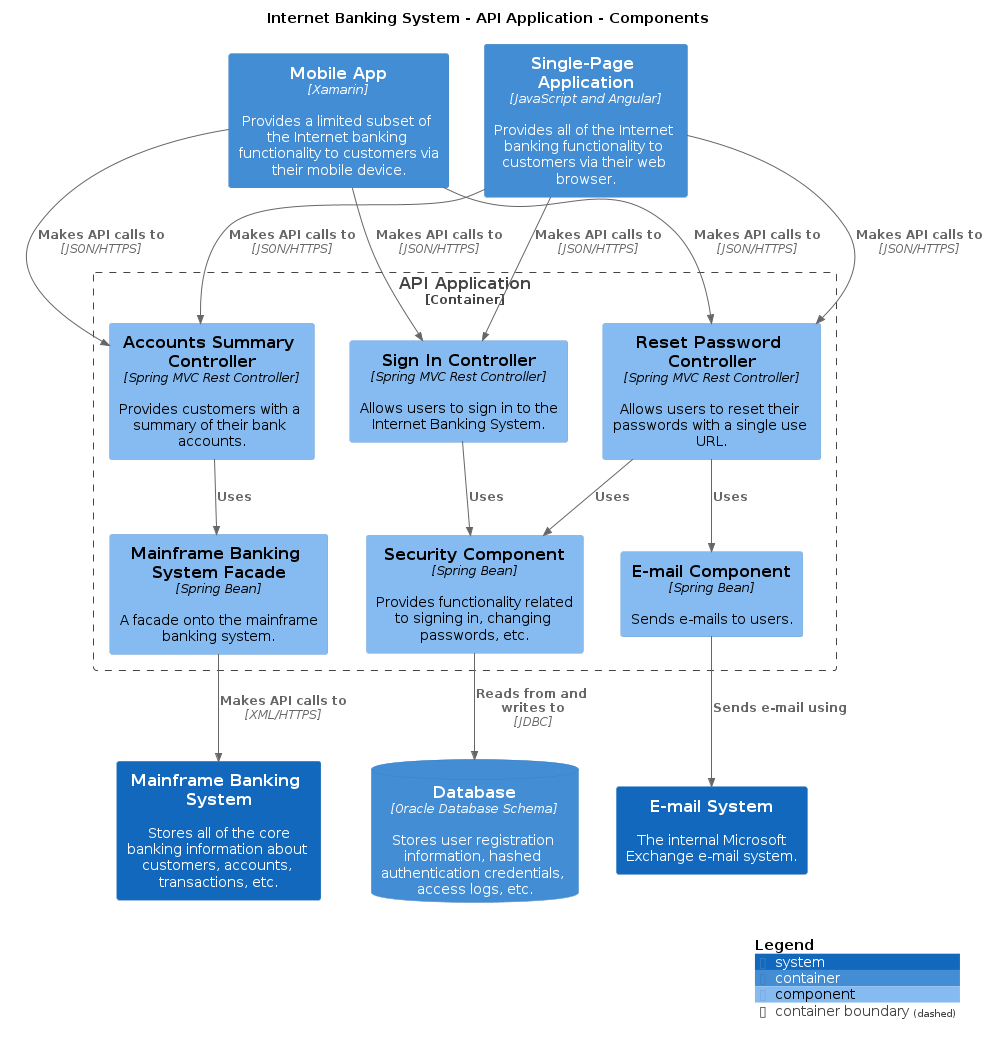
Earlier version of the PlantUML export main/png/Components.png (avisi-cloud/structurizr-site-generatr).
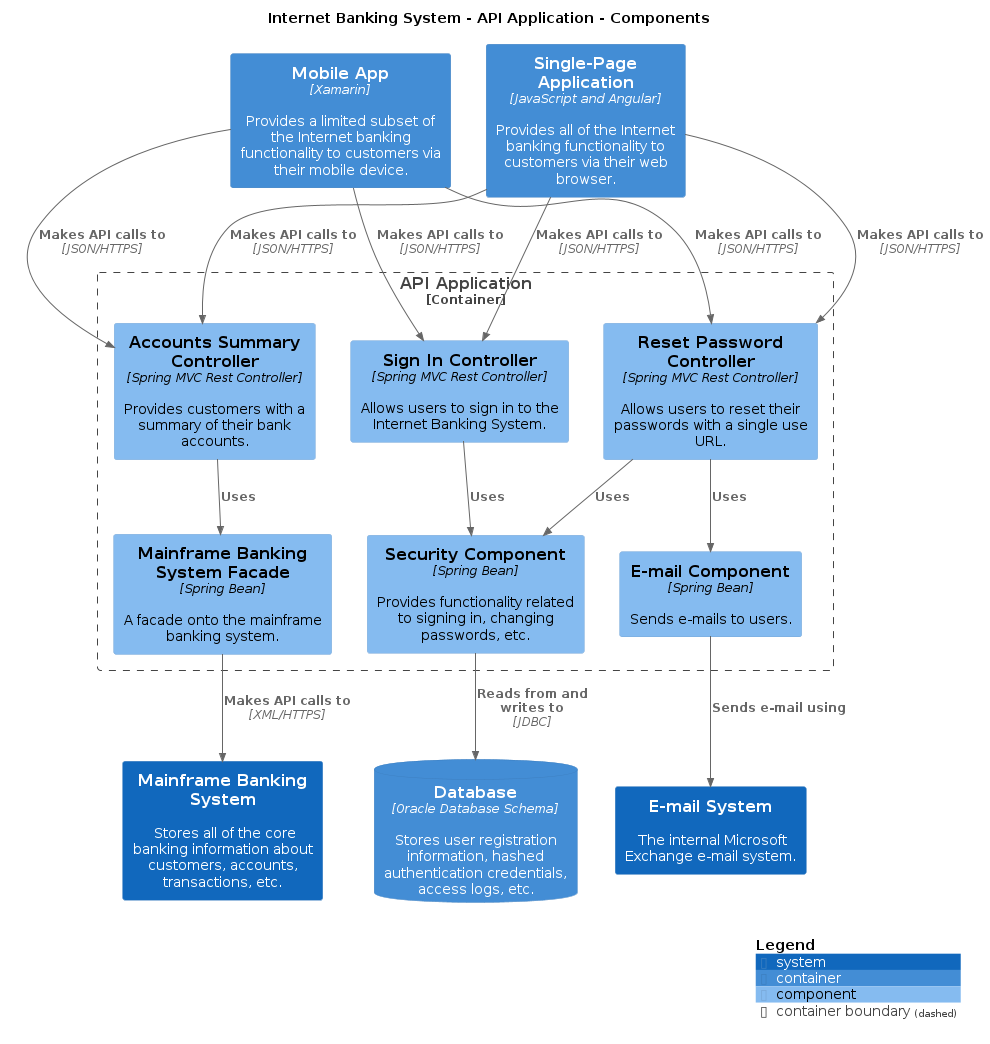
Later version of the same file.

Diff of the diagram source:
```diff
@@ -14,7 +14,7 @@
 Container(InternetBankingSystem.SinglePageApplication, "Single-Page Application", "JavaScript and Angular", "Provides all of the Internet banking functionality to customers via their web browser.", $tags="")
 Container(InternetBankingSystem.MobileApp, "Mobile App", "Xamarin", "Provides a limited subset of the Internet banking functionality to customers via their mobile device.", $tags="")
 
-Container_Boundary("InternetBankingSystem.APIApplication_boundary", "API Application") {
+Container_Boundary("InternetBankingSystem.APIApplication_boundary", "API Application", $tags="") {
   Component(InternetBankingSystem.APIApplication.SignInController, "Sign In Controller", "Spring MVC Rest Controller", "Allows users to sign in to the Internet Banking System.", $tags="")
   Component(InternetBankingSystem.APIApplication.AccountsSummaryController, "Accounts Summary Controller", "Spring MVC Rest Controller", "Provides customers with a summary of their bank accounts.", $tags="")
   Component(InternetBankingSystem.APIApplication.ResetPasswordController, "Reset Password Controller", "Spring MVC Rest Controller", "Allows users to reset their passwords with a single use URL.", $tags="")
@@ -37,5 +37,5 @@
 Rel_D(InternetBankingSystem.APIApplication.MainframeBankingSystemFacade, MainframeBankingSystem, "Makes API calls to", "XML/HTTPS", $tags="")
 Rel_D(InternetBankingSystem.APIApplication.EmailComponent, EmailSystem, "Sends e-mail using", $tags="")
 
-SHOW_LEGEND()
+SHOW_LEGEND(true)
 @enduml
```
